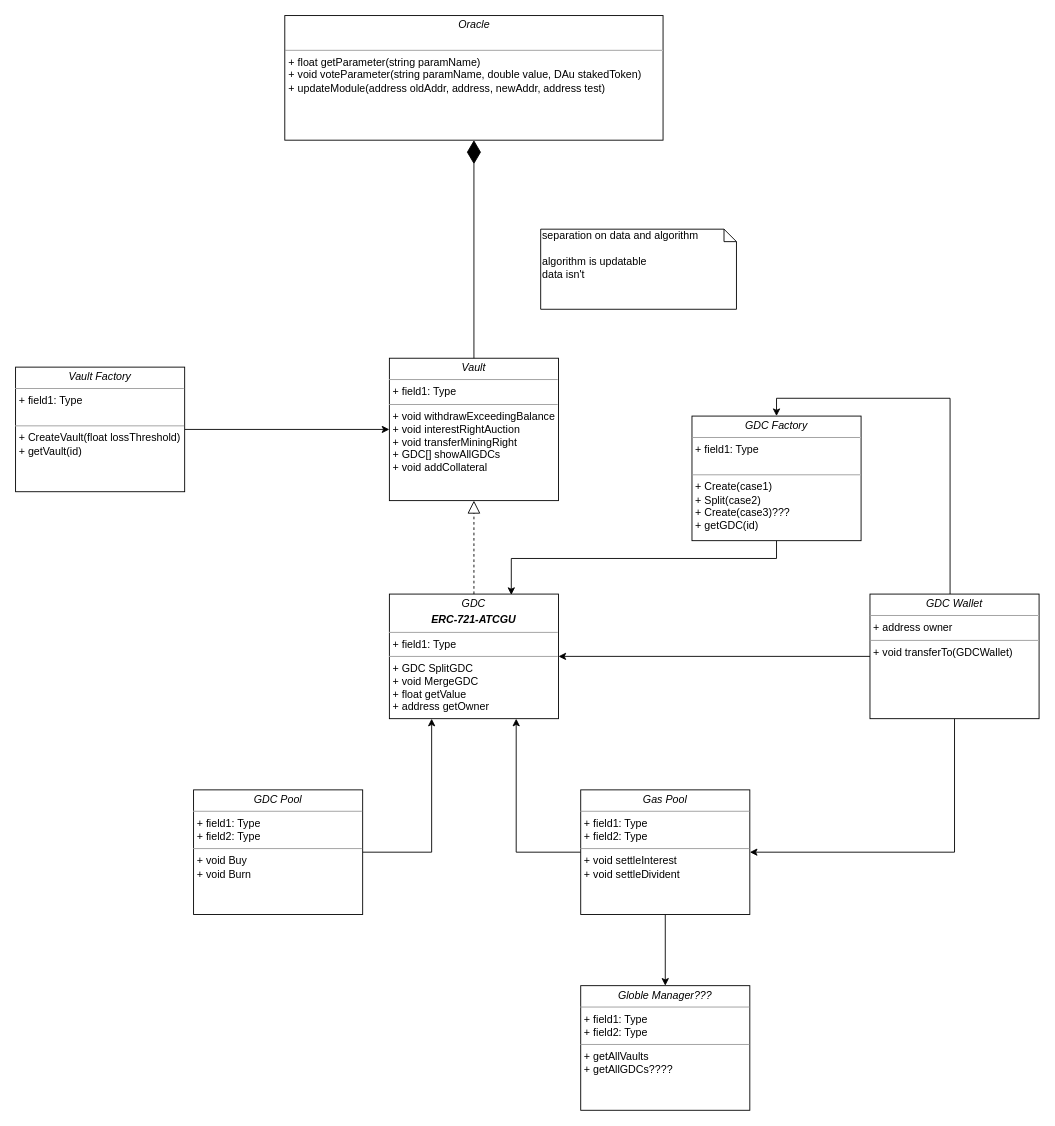
This is GDC.drawio from daugdc/atcgu, a draw.io file, before an edit. Source tidied: cells renumbered, new cells numbered last; positions are measured from the earlier drawing's top-left corner, leaving out a move shared by most shapes. Both pictures are drawn from the tidied source at 89%, with x=0, y=0 at pixel (15, 15).
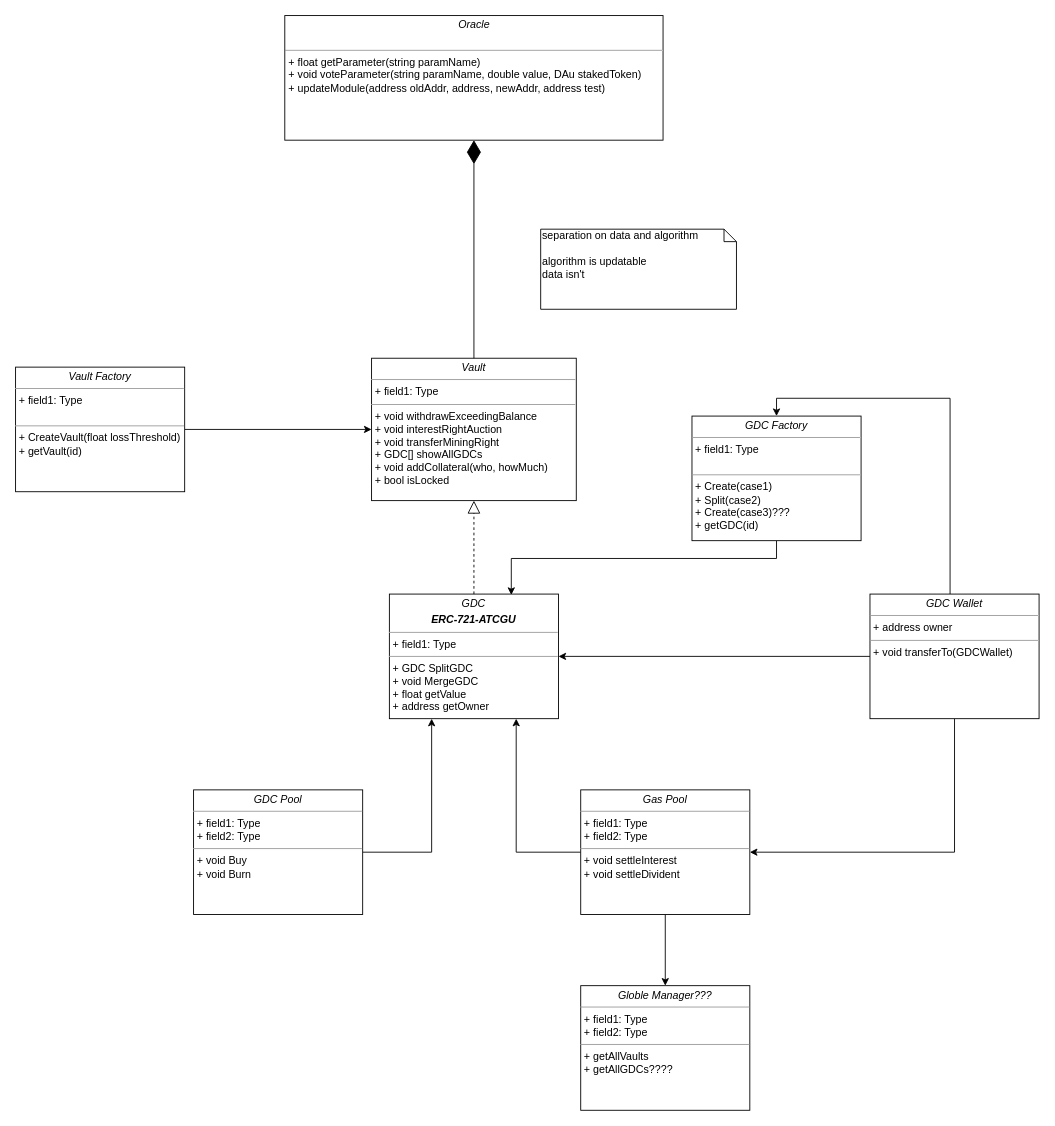
The same diagram, later.

Commit message:
frame+locking

The edit, as a diff of the source:
```diff
@@
-    <mxCell id="2" value="&lt;p style=&quot;margin: 0px ; margin-top: 4px ; text-align: center&quot;&gt;&lt;i&gt;Vault&lt;/i&gt;&lt;/p&gt;&lt;hr size=&quot;1&quot;&gt;&lt;p style=&quot;margin: 0px ; margin-left: 4px&quot;&gt;+ field1: Type&lt;br&gt;&lt;/p&gt;&lt;hr size=&quot;1&quot;&gt;&lt;p style=&quot;margin: 0px ; margin-left: 4px&quot;&gt;+ void withdrawExceedingBalance&lt;br&gt;+ void interestRightAuction&lt;/p&gt;&lt;p style=&quot;margin: 0px ; margin-left: 4px&quot;&gt;+ void transferMiningRight&lt;/p&gt;&lt;p style=&quot;margin: 0px ; margin-left: 4px&quot;&gt;+ GDC[] showAllGDCs&lt;/p&gt;&lt;p style=&quot;margin: 0px ; margin-left: 4px&quot;&gt;+ void addCollateral&lt;/p&gt;" style="verticalAlign=top;align=left;overflow=fill;fontSize=12;fontFamily=Helvetica;html=1;" parent="1" vertex="1">
-      <mxGeometry x="420" y="385" width="190" height="160" as="geometry" />
+    <mxCell id="2" value="&lt;p style=&quot;margin: 0px ; margin-top: 4px ; text-align: center&quot;&gt;&lt;i&gt;Vault&lt;/i&gt;&lt;/p&gt;&lt;hr size=&quot;1&quot;&gt;&lt;p style=&quot;margin: 0px ; margin-left: 4px&quot;&gt;+ field1: Type&lt;br&gt;&lt;/p&gt;&lt;hr size=&quot;1&quot;&gt;&lt;p style=&quot;margin: 0px ; margin-left: 4px&quot;&gt;+ void withdrawExceedingBalance&lt;br&gt;+ void interestRightAuction&lt;/p&gt;&lt;p style=&quot;margin: 0px ; margin-left: 4px&quot;&gt;+ void transferMiningRight&lt;/p&gt;&lt;p style=&quot;margin: 0px ; margin-left: 4px&quot;&gt;+ GDC[] showAllGDCs&lt;/p&gt;&lt;p style=&quot;margin: 0px ; margin-left: 4px&quot;&gt;+ void addCollateral(who, howMuch)&lt;/p&gt;&lt;p style=&quot;margin: 0px ; margin-left: 4px&quot;&gt;+ bool isLocked&lt;/p&gt;" style="verticalAlign=top;align=left;overflow=fill;fontSize=12;fontFamily=Helvetica;html=1;" parent="1" vertex="1">
+      <mxGeometry x="400" y="385" width="230" height="160" as="geometry" />
     </mxCell>
```
